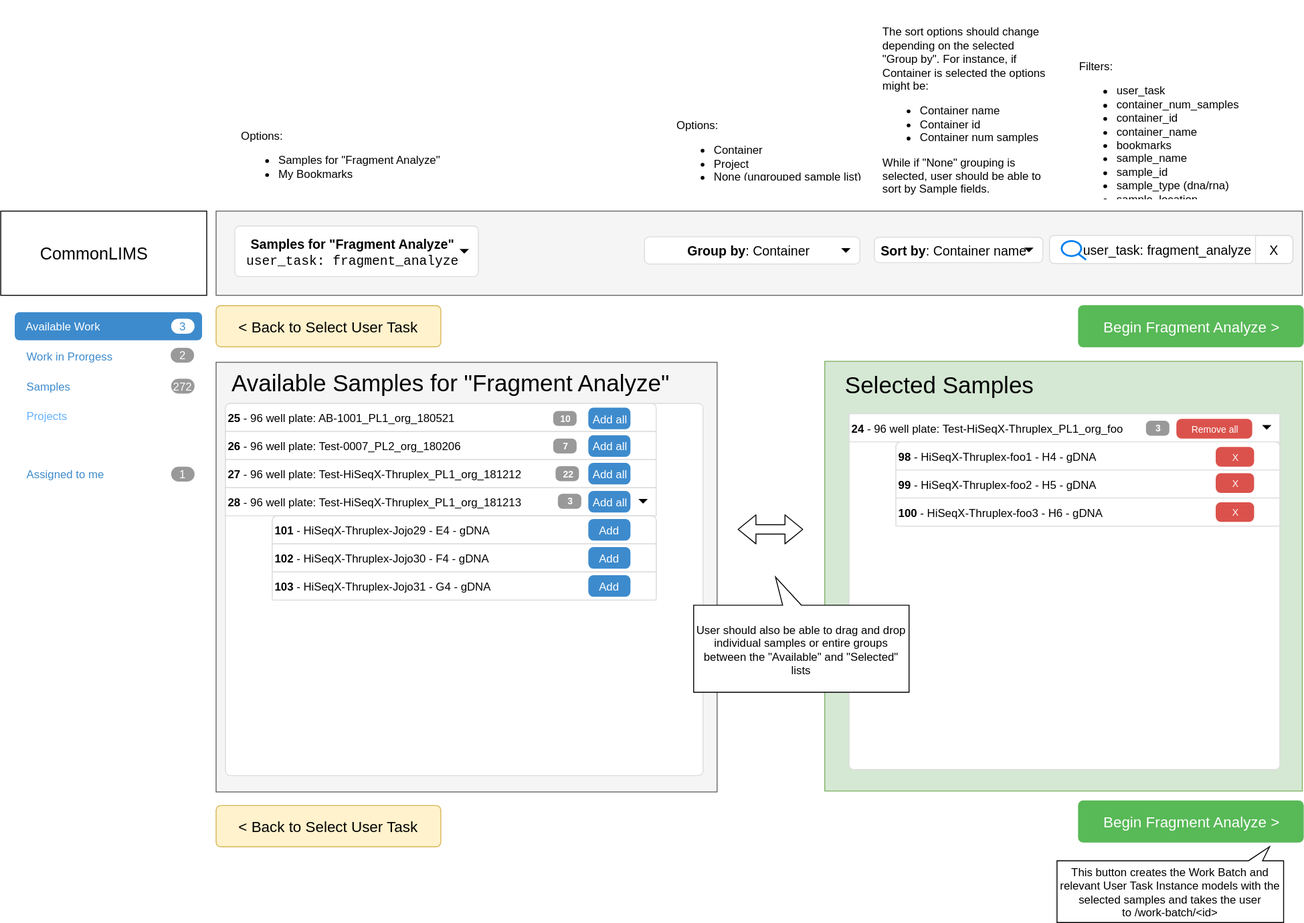
This is usecases/work-batches/new-work-batch/new-work-batch.svg from commonlims/commonlims-design, a draw.io export, as it was before one commit. Source tidied: cells renumbered, new cells last; positions are measured from the earlier drawing's top-left corner, leaving out a move shared by most shapes.
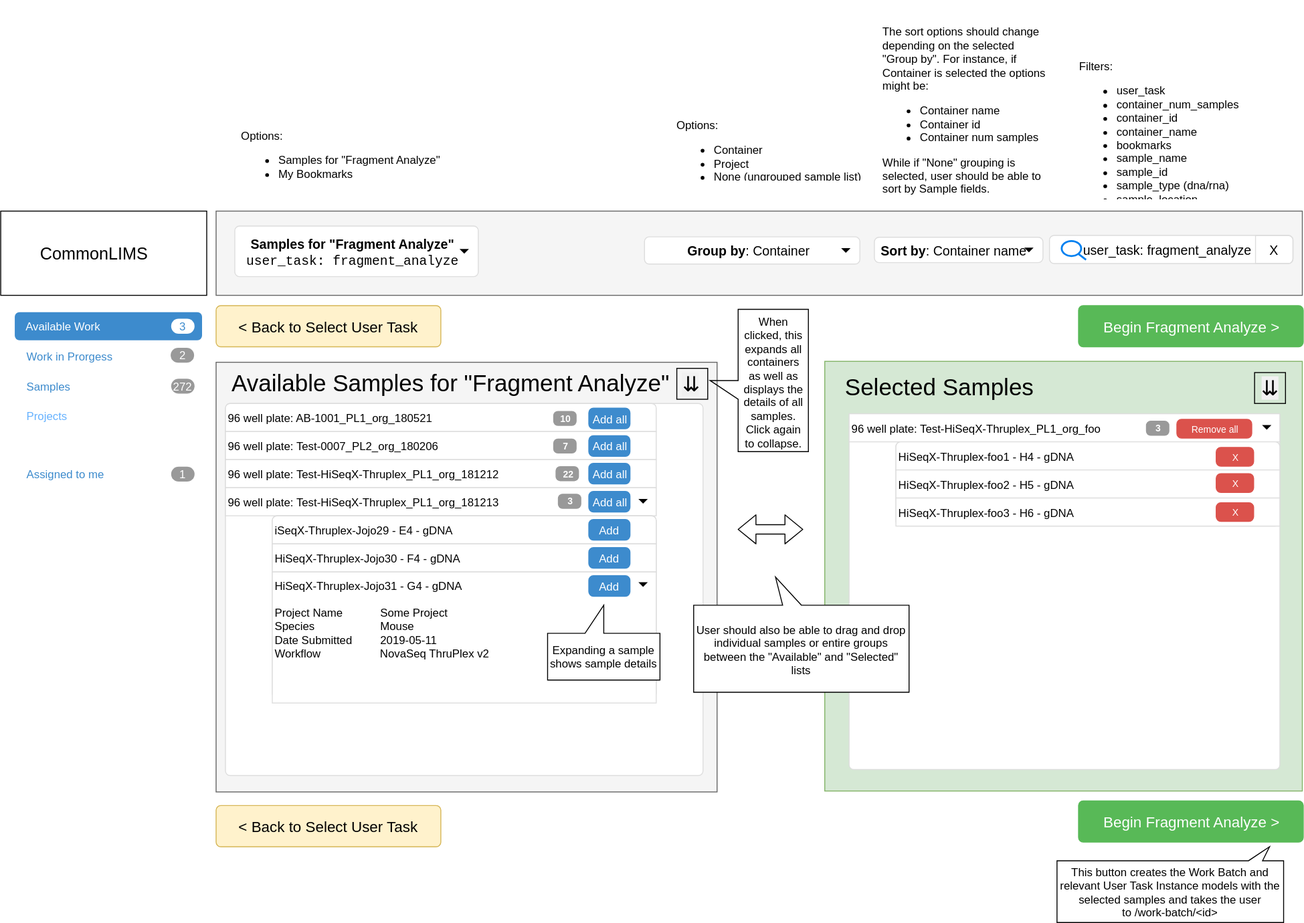
The same diagram one commit later.

Commit message:
Add details mode to new work batch

The edit, as a diff of the source:
```diff
@@ -6,7 +6,7 @@
       <mxGeometry x="230" y="225" width="1160" height="90" as="geometry" />
     </mxCell>
     <mxCell id="3" style="group;" parent="1" vertex="1">
-      <mxGeometry x="230" y="386.5" width="535" height="459" as="geometry" />
+      <mxGeometry x="230" y="386.5" width="666.5" height="459" as="geometry" />
     </mxCell>
     <mxCell id="4" style="rounded=0;whiteSpace=wrap;html=1;fillColor=#f5f5f5;strokeColor=#666666;fontColor=#333333;" parent="3" vertex="1">
       <mxGeometry width="535" height="459" as="geometry" />
@@ -14,20 +14,20 @@
     <mxCell id="5" style="html=1;shadow=0;dashed=0;shape=mxgraph.bootstrap.rrect;rSize=5;strokeColor=#dddddd;html=1;whiteSpace=wrap;fillColor=#ffffff;" parent="3" vertex="1">
       <mxGeometry x="10" y="44" width="510" height="397.5" as="geometry" />
     </mxCell>
-    <mxCell id="6" value="&lt;b&gt;25&lt;/b&gt; - 96 well plate: AB-1001_PL1_org_180521" style="strokeColor=inherit;fillColor=inherit;gradientColor=inherit;html=1;shadow=0;dashed=0;shape=mxgraph.bootstrap.topButton;rSize=5;perimeter=none;whiteSpace=wrap;align=left;" parent="5" vertex="1">
+    <mxCell id="6" value="96 well plate: AB-1001_PL1_org_180521" style="strokeColor=inherit;fillColor=inherit;gradientColor=inherit;html=1;shadow=0;dashed=0;shape=mxgraph.bootstrap.topButton;rSize=5;perimeter=none;whiteSpace=wrap;align=left;" parent="5" vertex="1">
       <mxGeometry width="460" height="30" relative="1" as="geometry" />
     </mxCell>
-    <mxCell id="7" value="&lt;b&gt;26&lt;/b&gt; - 96 well plate: Test-0007_PL2_org_180206" style="strokeColor=inherit;fillColor=inherit;gradientColor=inherit;html=1;shadow=0;dashed=0;shape=mxgraph.bootstrap.rect;perimeter=none;whiteSpace=wrap;align=left;" parent="5" vertex="1">
+    <mxCell id="7" value="96 well plate: Test-0007_PL2_org_180206" style="strokeColor=inherit;fillColor=inherit;gradientColor=inherit;html=1;shadow=0;dashed=0;shape=mxgraph.bootstrap.rect;perimeter=none;whiteSpace=wrap;align=left;" parent="5" vertex="1">
       <mxGeometry width="460" height="30" relative="1" as="geometry">
         <mxPoint y="30" as="offset" />
       </mxGeometry>
     </mxCell>
-    <mxCell id="8" value="&lt;b&gt;27&lt;/b&gt; - 96 well plate: Test-HiSeqX-Thruplex_PL1_org_181212" style="strokeColor=inherit;fillColor=inherit;gradientColor=inherit;html=1;shadow=0;dashed=0;shape=mxgraph.bootstrap.rect;perimeter=none;whiteSpace=wrap;align=left;" parent="5" vertex="1">
+    <mxCell id="8" value="96 well plate: Test-HiSeqX-Thruplex_PL1_org_181212" style="strokeColor=inherit;fillColor=inherit;gradientColor=inherit;html=1;shadow=0;dashed=0;shape=mxgraph.bootstrap.rect;perimeter=none;whiteSpace=wrap;align=left;" parent="5" vertex="1">
       <mxGeometry width="460" height="30" relative="1" as="geometry">
         <mxPoint y="60" as="offset" />
       </mxGeometry>
     </mxCell>
-    <mxCell id="9" value="&lt;b&gt;28&lt;/b&gt; - 96 well plate: Test-HiSeqX-Thruplex_PL1_org_181213" style="strokeColor=inherit;fillColor=inherit;gradientColor=inherit;html=1;shadow=0;dashed=0;shape=mxgraph.bootstrap.rect;perimeter=none;whiteSpace=wrap;align=left;" parent="5" vertex="1">
+    <mxCell id="9" value="96 well plate: Test-HiSeqX-Thruplex_PL1_org_181213" style="strokeColor=inherit;fillColor=inherit;gradientColor=inherit;html=1;shadow=0;dashed=0;shape=mxgraph.bootstrap.rect;perimeter=none;whiteSpace=wrap;align=left;" parent="5" vertex="1">
       <mxGeometry width="460" height="30" relative="1" as="geometry">
         <mxPoint y="90" as="offset" />
       </mxGeometry>
@@ -47,18 +47,18 @@
       <mxGeometry x="388" y="64" width="44" height="22" as="geometry" />
     </mxCell>
     <mxCell id="14" style="html=1;shadow=0;dashed=0;shape=mxgraph.bootstrap.rrect;rSize=5;strokeColor=#dddddd;html=1;whiteSpace=wrap;fillColor=#ffffff;align=left;" parent="5" vertex="1">
-      <mxGeometry x="50" y="120" width="410" height="90" as="geometry" />
+      <mxGeometry x="50" y="120" width="410" height="194.5" as="geometry" />
     </mxCell>
-    <mxCell id="15" value="&lt;b&gt;101&lt;/b&gt; - HiSeqX-Thruplex-Jojo29 - E4 - gDNA" style="strokeColor=inherit;fillColor=inherit;gradientColor=inherit;html=1;shadow=0;dashed=0;shape=mxgraph.bootstrap.topButton;rSize=5;perimeter=none;whiteSpace=wrap;align=left;" parent="14" vertex="1">
+    <mxCell id="15" value="iSeqX-Thruplex-Jojo29 - E4 - gDNA" style="strokeColor=inherit;fillColor=inherit;gradientColor=inherit;html=1;shadow=0;dashed=0;shape=mxgraph.bootstrap.topButton;rSize=5;perimeter=none;whiteSpace=wrap;align=left;" parent="14" vertex="1">
       <mxGeometry width="410" height="30" relative="1" as="geometry" />
     </mxCell>
-    <mxCell id="16" value="&lt;div style=&quot;text-align: right&quot;&gt;&lt;b&gt;102 &lt;/b&gt;- HiSeqX-Thruplex-Jojo30 - F4 - gDNA&lt;br&gt;&lt;/div&gt;" style="strokeColor=inherit;fillColor=inherit;gradientColor=inherit;html=1;shadow=0;dashed=0;shape=mxgraph.bootstrap.rect;perimeter=none;whiteSpace=wrap;align=left;" parent="14" vertex="1">
+    <mxCell id="16" value="&lt;div style=&quot;text-align: right&quot;&gt;HiSeqX-Thruplex-Jojo30 - F4 - gDNA&lt;br&gt;&lt;/div&gt;" style="strokeColor=inherit;fillColor=inherit;gradientColor=inherit;html=1;shadow=0;dashed=0;shape=mxgraph.bootstrap.rect;perimeter=none;whiteSpace=wrap;align=left;" parent="14" vertex="1">
       <mxGeometry width="410" height="30" relative="1" as="geometry">
         <mxPoint y="30" as="offset" />
       </mxGeometry>
     </mxCell>
-    <mxCell id="17" value="&lt;div style=&quot;text-align: left&quot;&gt;&lt;b&gt;103&lt;/b&gt; - HiSeqX-Thruplex-Jojo31 - G4 - gDNA&lt;br&gt;&lt;/div&gt;" style="strokeColor=inherit;fillColor=inherit;gradientColor=inherit;html=1;shadow=0;dashed=0;shape=mxgraph.bootstrap.rect;perimeter=none;whiteSpace=wrap;align=left;" parent="14" vertex="1">
-      <mxGeometry width="410" height="30" relative="1" as="geometry">
+    <mxCell id="17" value="&lt;div style=&quot;text-align: left&quot;&gt;HiSeqX-Thruplex-Jojo31 - G4 - gDNA&lt;br&gt;&lt;/div&gt;&lt;div style=&quot;text-align: left&quot;&gt;&lt;br&gt;&lt;/div&gt;&lt;div style=&quot;text-align: left&quot;&gt;Project Name&amp;nbsp; &amp;nbsp; &amp;nbsp; &amp;nbsp; &amp;nbsp; &amp;nbsp; Some Project&lt;/div&gt;&lt;div style=&quot;text-align: left&quot;&gt;Species&amp;nbsp; &amp;nbsp; &amp;nbsp; &amp;nbsp; &amp;nbsp; &amp;nbsp; &amp;nbsp; &amp;nbsp; &amp;nbsp; &amp;nbsp; &amp;nbsp;Mouse&lt;/div&gt;&lt;div style=&quot;text-align: left&quot;&gt;Date Submitted&amp;nbsp; &amp;nbsp; &amp;nbsp; &amp;nbsp; &amp;nbsp;2019-05-11&lt;/div&gt;&lt;div style=&quot;text-align: left&quot;&gt;Workflow&amp;nbsp; &amp;nbsp; &amp;nbsp; &amp;nbsp; &amp;nbsp; &amp;nbsp; &amp;nbsp; &amp;nbsp; &amp;nbsp; &amp;nbsp;NovaSeq ThruPlex v2&lt;/div&gt;&lt;div style=&quot;text-align: left&quot;&gt;&lt;br&gt;&lt;/div&gt;&lt;div style=&quot;text-align: left&quot;&gt;&lt;br&gt;&lt;/div&gt;&lt;div style=&quot;text-align: left&quot;&gt;&lt;span&gt;&amp;nbsp;&lt;/span&gt;&lt;br&gt;&lt;/div&gt;" style="strokeColor=inherit;fillColor=inherit;gradientColor=inherit;html=1;shadow=0;dashed=0;shape=mxgraph.bootstrap.rect;perimeter=none;whiteSpace=wrap;align=left;" parent="14" vertex="1">
+      <mxGeometry width="410" height="140" relative="1" as="geometry">
         <mxPoint y="60" as="offset" />
       </mxGeometry>
     </mxCell>
@@ -71,6 +71,9 @@
     <mxCell id="20" value="Add" style="html=1;shadow=0;dashed=0;shape=mxgraph.bootstrap.rrect;rSize=5;fillColor=#3D8BCD;align=center;strokeColor=#3D8BCD;fontColor=#ffffff;fontSize=12;whiteSpace=wrap;" parent="14" vertex="1">
       <mxGeometry x="338" y="34" width="44" height="22" as="geometry" />
     </mxCell>
+    <mxCell id="79" value="Expanding a sample shows sample details" style="shape=callout;whiteSpace=wrap;html=1;perimeter=calloutPerimeter;direction=west;" parent="14" vertex="1">
+      <mxGeometry x="294" y="95.5" width="120" height="80" as="geometry" />
+    </mxCell>
     <mxCell id="21" value="Add all" style="html=1;shadow=0;dashed=0;shape=mxgraph.bootstrap.rrect;rSize=5;fillColor=#3D8BCD;align=center;strokeColor=#3D8BCD;fontColor=#ffffff;fontSize=12;whiteSpace=wrap;" parent="5" vertex="1">
       <mxGeometry x="388" y="34.5" width="44" height="22" as="geometry" />
     </mxCell>
@@ -86,9 +89,12 @@
     <mxCell id="25" value="7&lt;br&gt;" style="html=1;shadow=0;dashed=0;shape=mxgraph.bootstrap.rrect;align=center;rSize=5;strokeColor=none;fillColor=#999999;fontColor=#ffffff;fontStyle=1;whiteSpace=wrap;fontSize=10;" parent="5" vertex="1">
       <mxGeometry x="350" y="37.5" width="25" height="16" as="geometry" />
     </mxCell>
-    <mxCell id="26" value="Available Samples for &quot;Fragment Analyze&quot;" style="text;html=1;strokeColor=none;fillColor=none;align=left;verticalAlign=middle;whiteSpace=wrap;rounded=0;fontSize=25;" parent="3" vertex="1">
+    <mxCell id="26" value="Available Samples for &quot;Fragment Analyze&quot;&amp;nbsp;&amp;nbsp;&lt;span style=&quot;font-family: &amp;#34;verdana&amp;#34; , sans-serif ; font-size: 22px ; background-color: rgb(241 , 241 , 241)&quot;&gt;⇊&lt;/span&gt;" style="text;html=1;strokeColor=none;fillColor=none;align=left;verticalAlign=middle;whiteSpace=wrap;rounded=0;fontSize=25;" parent="3" vertex="1">
       <mxGeometry x="15" y="19.5" width="505" height="3" as="geometry" />
     </mxCell>
+    <mxCell id="80" value="When clicked, this expands all containers as well as displays the details of all samples. Click again to collapse." style="shape=callout;whiteSpace=wrap;html=1;perimeter=calloutPerimeter;fillColor=none;direction=south;" parent="3" vertex="1">
+      <mxGeometry x="527.5" y="-56.5" width="105" height="152" as="geometry" />
+    </mxCell>
     <mxCell id="27" style="group;" parent="1" vertex="1">
       <mxGeometry x="15" y="321" width="210" height="590" as="geometry" />
     </mxCell>
@@ -218,7 +224,7 @@
     <mxCell id="61" style="html=1;shadow=0;dashed=0;shape=mxgraph.bootstrap.rrect;rSize=5;strokeColor=#dddddd;html=1;whiteSpace=wrap;fillColor=#ffffff;" parent="59" vertex="1">
       <mxGeometry x="26" y="56" width="460" height="380" as="geometry" />
     </mxCell>
-    <mxCell id="62" value="&lt;b&gt;24&lt;/b&gt; - 96 well plate: Test-HiSeqX-Thruplex_PL1_org_foo" style="strokeColor=inherit;fillColor=inherit;gradientColor=inherit;html=1;shadow=0;dashed=0;shape=mxgraph.bootstrap.rect;perimeter=none;whiteSpace=wrap;align=left;" parent="61" vertex="1">
+    <mxCell id="62" value="96 well plate: Test-HiSeqX-Thruplex_PL1_org_foo" style="strokeColor=inherit;fillColor=inherit;gradientColor=inherit;html=1;shadow=0;dashed=0;shape=mxgraph.bootstrap.rect;perimeter=none;whiteSpace=wrap;align=left;" parent="61" vertex="1">
       <mxGeometry width="460" height="30" relative="1" as="geometry" />
     </mxCell>
     <mxCell id="63" style="shape=triangle;direction=south;fillColor=#000000;strokeColor=none;perimeter=none;" parent="61" vertex="1">
@@ -229,15 +235,15 @@
     <mxCell id="64" style="html=1;shadow=0;dashed=0;shape=mxgraph.bootstrap.rrect;rSize=5;strokeColor=#dddddd;html=1;whiteSpace=wrap;fillColor=#ffffff;align=left;" parent="61" vertex="1">
       <mxGeometry x="50" y="30" width="410" height="90" as="geometry" />
     </mxCell>
-    <mxCell id="65" value="&lt;b&gt;98&amp;nbsp;&lt;/b&gt;- HiSeqX-Thruplex-foo1 - H4 - gDNA" style="strokeColor=inherit;fillColor=inherit;gradientColor=inherit;html=1;shadow=0;dashed=0;shape=mxgraph.bootstrap.topButton;rSize=5;perimeter=none;whiteSpace=wrap;align=left;" parent="64" vertex="1">
+    <mxCell id="65" value="HiSeqX-Thruplex-foo1 - H4 - gDNA" style="strokeColor=inherit;fillColor=inherit;gradientColor=inherit;html=1;shadow=0;dashed=0;shape=mxgraph.bootstrap.topButton;rSize=5;perimeter=none;whiteSpace=wrap;align=left;" parent="64" vertex="1">
       <mxGeometry width="410" height="30" relative="1" as="geometry" />
     </mxCell>
-    <mxCell id="66" value="&lt;div style=&quot;text-align: right&quot;&gt;&lt;b&gt;99&lt;/b&gt;&amp;nbsp;- HiSeqX-Thruplex-foo2 - H5 - gDNA&lt;br&gt;&lt;/div&gt;" style="strokeColor=inherit;fillColor=inherit;gradientColor=inherit;html=1;shadow=0;dashed=0;shape=mxgraph.bootstrap.rect;perimeter=none;whiteSpace=wrap;align=left;" parent="64" vertex="1">
+    <mxCell id="66" value="&lt;div style=&quot;text-align: right&quot;&gt;HiSeqX-Thruplex-foo2 - H5 - gDNA&lt;br&gt;&lt;/div&gt;" style="strokeColor=inherit;fillColor=inherit;gradientColor=inherit;html=1;shadow=0;dashed=0;shape=mxgraph.bootstrap.rect;perimeter=none;whiteSpace=wrap;align=left;" parent="64" vertex="1">
       <mxGeometry width="410" height="30" relative="1" as="geometry">
         <mxPoint y="30" as="offset" />
       </mxGeometry>
     </mxCell>
-    <mxCell id="67" value="&lt;div style=&quot;text-align: left&quot;&gt;&lt;b&gt;100&lt;/b&gt;&amp;nbsp;- HiSeqX-Thruplex-foo3 - H6 - gDNA&lt;br&gt;&lt;/div&gt;" style="strokeColor=inherit;fillColor=inherit;gradientColor=inherit;html=1;shadow=0;dashed=0;shape=mxgraph.bootstrap.rect;perimeter=none;whiteSpace=wrap;align=left;" parent="64" vertex="1">
+    <mxCell id="67" value="&lt;div style=&quot;text-align: left&quot;&gt;HiSeqX-Thruplex-foo3 - H6 - gDNA&lt;br&gt;&lt;/div&gt;" style="strokeColor=inherit;fillColor=inherit;gradientColor=inherit;html=1;shadow=0;dashed=0;shape=mxgraph.bootstrap.rect;perimeter=none;whiteSpace=wrap;align=left;" parent="64" vertex="1">
       <mxGeometry width="410" height="30" relative="1" as="geometry">
         <mxPoint y="60" as="offset" />
       </mxGeometry>
@@ -257,9 +263,12 @@
     <mxCell id="72" value="3&lt;br&gt;" style="html=1;shadow=0;dashed=0;shape=mxgraph.bootstrap.rrect;align=center;rSize=5;strokeColor=none;fillColor=#999999;fontColor=#ffffff;fontStyle=1;whiteSpace=wrap;fontSize=10;" parent="61" vertex="1">
       <mxGeometry x="317" y="7.5" width="25" height="16" as="geometry" />
     </mxCell>
-    <mxCell id="73" value="Selected Samples" style="text;html=1;strokeColor=none;fillColor=none;align=left;verticalAlign=middle;whiteSpace=wrap;rounded=0;fontSize=25;" parent="59" vertex="1">
-      <mxGeometry x="20" y="13" width="220" height="23" as="geometry" />
+    <mxCell id="73" value="Selected Samples&amp;nbsp; &amp;nbsp; &amp;nbsp; &amp;nbsp; &amp;nbsp; &amp;nbsp; &amp;nbsp; &amp;nbsp; &amp;nbsp; &amp;nbsp; &amp;nbsp; &amp;nbsp; &amp;nbsp; &amp;nbsp; &amp;nbsp; &amp;nbsp; &amp;nbsp; &amp;nbsp;&lt;span style=&quot;font-family: &amp;#34;verdana&amp;#34; , sans-serif ; font-size: 22px ; background-color: rgb(241 , 241 , 241)&quot;&gt;⇊&lt;/span&gt;" style="text;html=1;strokeColor=none;fillColor=none;align=left;verticalAlign=middle;whiteSpace=wrap;rounded=0;fontSize=25;" parent="59" vertex="1">
+      <mxGeometry x="20" y="13" width="470" height="27" as="geometry" />
     </mxCell>
+    <mxCell id="81" style="whiteSpace=wrap;html=1;fillColor=none;" parent="59" vertex="1">
+      <mxGeometry x="459" y="12" width="33" height="33" as="geometry" />
+    </mxCell>
     <mxCell id="74" value="User should also be able to drag and drop individual samples or entire groups between the &quot;Available&quot; and &quot;Selected&quot; lists" style="shape=callout;whiteSpace=wrap;html=1;perimeter=calloutPerimeter;position2=0.62;direction=west;" parent="58" vertex="1">
       <mxGeometry x="-75" y="221.5" width="230" height="123" as="geometry" />
     </mxCell>
@@ -278,5 +287,13 @@
     <mxCell id="78" value="This button creates the Work Batch and relevant User Task Instance models with the selected samples and takes the user to&amp;nbsp;&lt;span&gt;/work-batch/&amp;lt;id&amp;gt;&lt;/span&gt;" style="whiteSpace=wrap;html=1;shape=mxgraph.basic.rectCallout;dx=30;dy=15;boundedLbl=1;direction=west;" parent="1" vertex="1">
       <mxGeometry x="1128" y="904" width="242" height="81" as="geometry" />
     </mxCell>
+    <mxCell id="82" style="shape=triangle;direction=south;fillColor=#000000;strokeColor=none;perimeter=none;" parent="1" vertex="1">
+      <mxGeometry x="681" y="621.5" width="10" height="5" as="geometry">
+        <mxPoint x="-15" y="-1.5" as="offset" />
+      </mxGeometry>
+    </mxCell>
+    <mxCell id="83" style="whiteSpace=wrap;html=1;fillColor=none;" parent="1" vertex="1">
+      <mxGeometry x="722" y="393" width="33" height="33" as="geometry" />
+    </mxCell>
   </root>
 </mxGraphModel>
```
